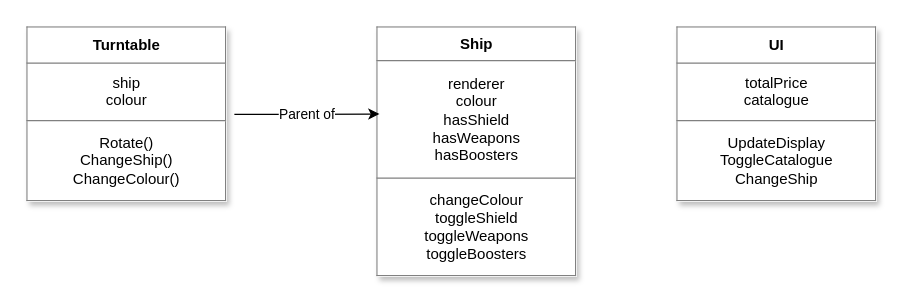
Before: wip/DomainModel.drawio in En-Be/CarCustomiser, a draw.io diagram. Source tidied: cells renumbered, new cells numbered last; positions are measured from the earlier drawing's top-left corner, leaving out a move shared by most shapes. Both pictures are drawn from the tidied source at 125%, with x=0, y=0 at pixel (26, 26).
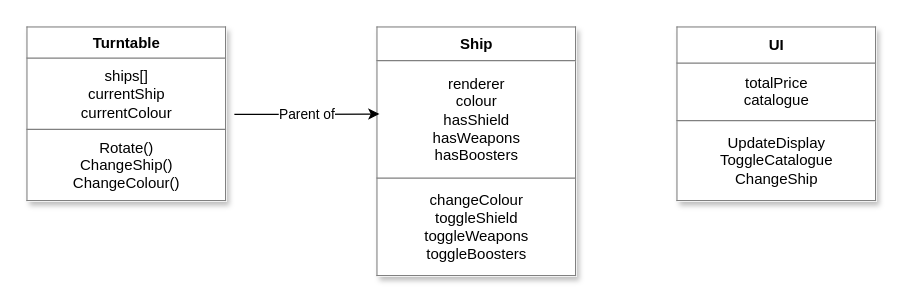
Above is the later version.

Commit message (it also covers changes not shown here):
TDD ship catalogue window

Change to the diagram source:
```diff
@@
 <mxGraphModel>
   <root>
     <mxCell id="0" />
     <mxCell id="1" parent="0" />
     <mxCell id="2" value="&lt;table border=&quot;1&quot; width=&quot;100%&quot; height=&quot;100%&quot; cellpadding=&quot;4&quot; style=&quot;width:100%;height:100%;border-collapse:collapse;&quot;&gt;&lt;tbody&gt;&lt;tr&gt;&lt;th align=&quot;center&quot;&gt;&lt;b&gt;Ship&lt;/b&gt;&lt;/th&gt;&lt;/tr&gt;&lt;tr&gt;&lt;td align=&quot;center&quot;&gt;renderer&lt;br&gt;colour&lt;br&gt;hasShield&lt;br&gt;hasWeapons&lt;br&gt;hasBoosters&lt;/td&gt;&lt;/tr&gt;&lt;tr&gt;&lt;td align=&quot;center&quot;&gt;changeColour&lt;br&gt;toggleShield&lt;br&gt;toggleWeapons&lt;br&gt;toggleBoosters&lt;/td&gt;&lt;/tr&gt;&lt;/tbody&gt;&lt;/table&gt;" style="text;html=1;whiteSpace=wrap;strokeColor=none;fillColor=default;overflow=fill;shadow=1;strokeWidth=2;perimeterSpacing=6;" parent="1" vertex="1">
       <mxGeometry x="280" width="160" height="200" as="geometry" />
     </mxCell>
     <mxCell id="3" value="Parent of" style="edgeStyle=orthogonalEdgeStyle;rounded=0;jettySize=auto;html=1;exitX=1;exitY=0.5;exitDx=0;exitDy=0;entryX=0.047;entryY=0.357;entryDx=0;entryDy=0;entryPerimeter=0;" parent="1" edge="1" source="4" target="2">
       <mxGeometry relative="1" as="geometry" />
     </mxCell>
-    <mxCell id="4" value="&lt;table border=&quot;1&quot; width=&quot;100%&quot; height=&quot;100%&quot; cellpadding=&quot;4&quot; style=&quot;width:100%;height:100%;border-collapse:collapse;&quot;&gt;&lt;tbody&gt;&lt;tr&gt;&lt;th align=&quot;center&quot;&gt;&lt;b&gt;Turntable&lt;br&gt;&lt;/b&gt;&lt;/th&gt;&lt;/tr&gt;&lt;tr&gt;&lt;td align=&quot;center&quot;&gt;ship&lt;br&gt;colour&lt;/td&gt;&lt;/tr&gt;&lt;tr&gt;&lt;td align=&quot;center&quot;&gt;Rotate()&lt;br&gt;ChangeShip()&lt;br&gt;ChangeColour()&lt;/td&gt;&lt;/tr&gt;&lt;/tbody&gt;&lt;/table&gt;" style="text;html=1;whiteSpace=wrap;strokeColor=none;fillColor=default;overflow=fill;shadow=1;strokeWidth=2;perimeterSpacing=6;" parent="1" vertex="1">
+    <mxCell id="4" value="&lt;table border=&quot;1&quot; width=&quot;100%&quot; height=&quot;100%&quot; cellpadding=&quot;4&quot; style=&quot;width:100%;height:100%;border-collapse:collapse;&quot;&gt;&lt;tbody&gt;&lt;tr&gt;&lt;th align=&quot;center&quot;&gt;&lt;b&gt;Turntable&lt;br&gt;&lt;/b&gt;&lt;/th&gt;&lt;/tr&gt;&lt;tr&gt;&lt;td align=&quot;center&quot;&gt;ships[]&lt;br&gt;currentShip&lt;br&gt;currentColour&lt;/td&gt;&lt;/tr&gt;&lt;tr&gt;&lt;td align=&quot;center&quot;&gt;Rotate()&lt;br&gt;ChangeShip()&lt;br&gt;ChangeColour()&lt;/td&gt;&lt;/tr&gt;&lt;/tbody&gt;&lt;/table&gt;" style="text;html=1;whiteSpace=wrap;strokeColor=none;fillColor=default;overflow=fill;shadow=1;strokeWidth=2;perimeterSpacing=6;" parent="1" vertex="1">
       <mxGeometry width="160" height="140" as="geometry" />
     </mxCell>
     <mxCell id="5" value="&lt;table border=&quot;1&quot; width=&quot;100%&quot; height=&quot;100%&quot; cellpadding=&quot;4&quot; style=&quot;width:100%;height:100%;border-collapse:collapse;&quot;&gt;&lt;tbody&gt;&lt;tr&gt;&lt;th align=&quot;center&quot;&gt;&lt;b&gt;UI&lt;br&gt;&lt;/b&gt;&lt;/th&gt;&lt;/tr&gt;&lt;tr&gt;&lt;td align=&quot;center&quot;&gt;totalPrice&lt;br&gt;catalogue&lt;br&gt;&lt;/td&gt;&lt;/tr&gt;&lt;tr&gt;&lt;td align=&quot;center&quot;&gt;UpdateDisplay&lt;br&gt;ToggleCatalogue&lt;br&gt;ChangeShip&lt;/td&gt;&lt;/tr&gt;&lt;/tbody&gt;&lt;/table&gt;" style="text;html=1;whiteSpace=wrap;strokeColor=none;fillColor=default;overflow=fill;shadow=1;strokeWidth=2;perimeterSpacing=6;" parent="1" vertex="1">
       <mxGeometry x="520" width="160" height="140" as="geometry" />
     </mxCell>
   </root>
 </mxGraphModel>
```
